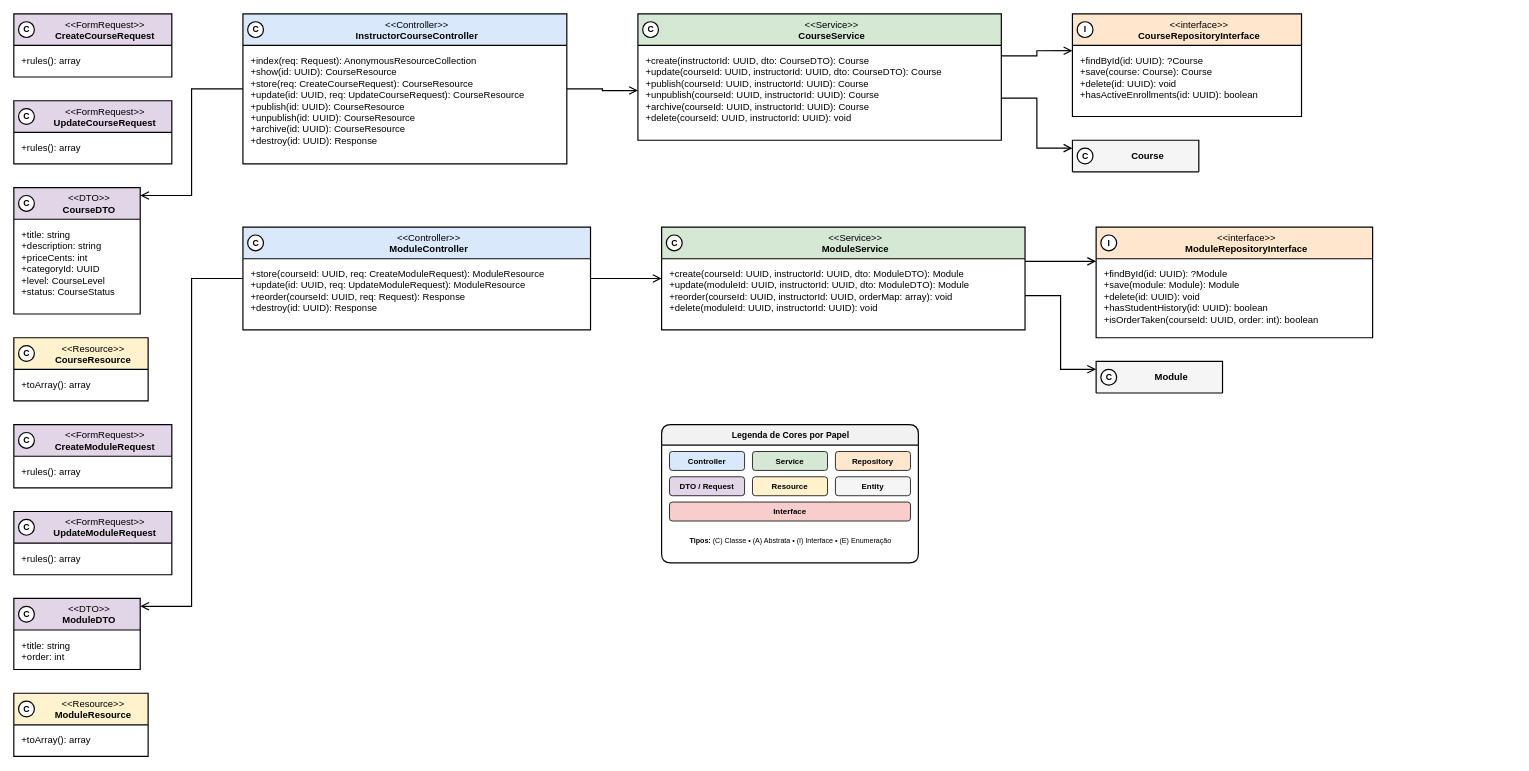
Above: especificacao/diagramas/13-classes-area-b-implementacao-cursos-modulos.drawio in Plataforma-de-Cursos-TCC/plataforma-cursos-docs (draw.io), before the change. Source tidied: cells renumbered, new cells numbered last; positions are measured from the earlier drawing's top-left corner, leaving out a move shared by most shapes. Both pictures are drawn from the tidied source at 79%, with x=0, y=0 at pixel (13, 13).
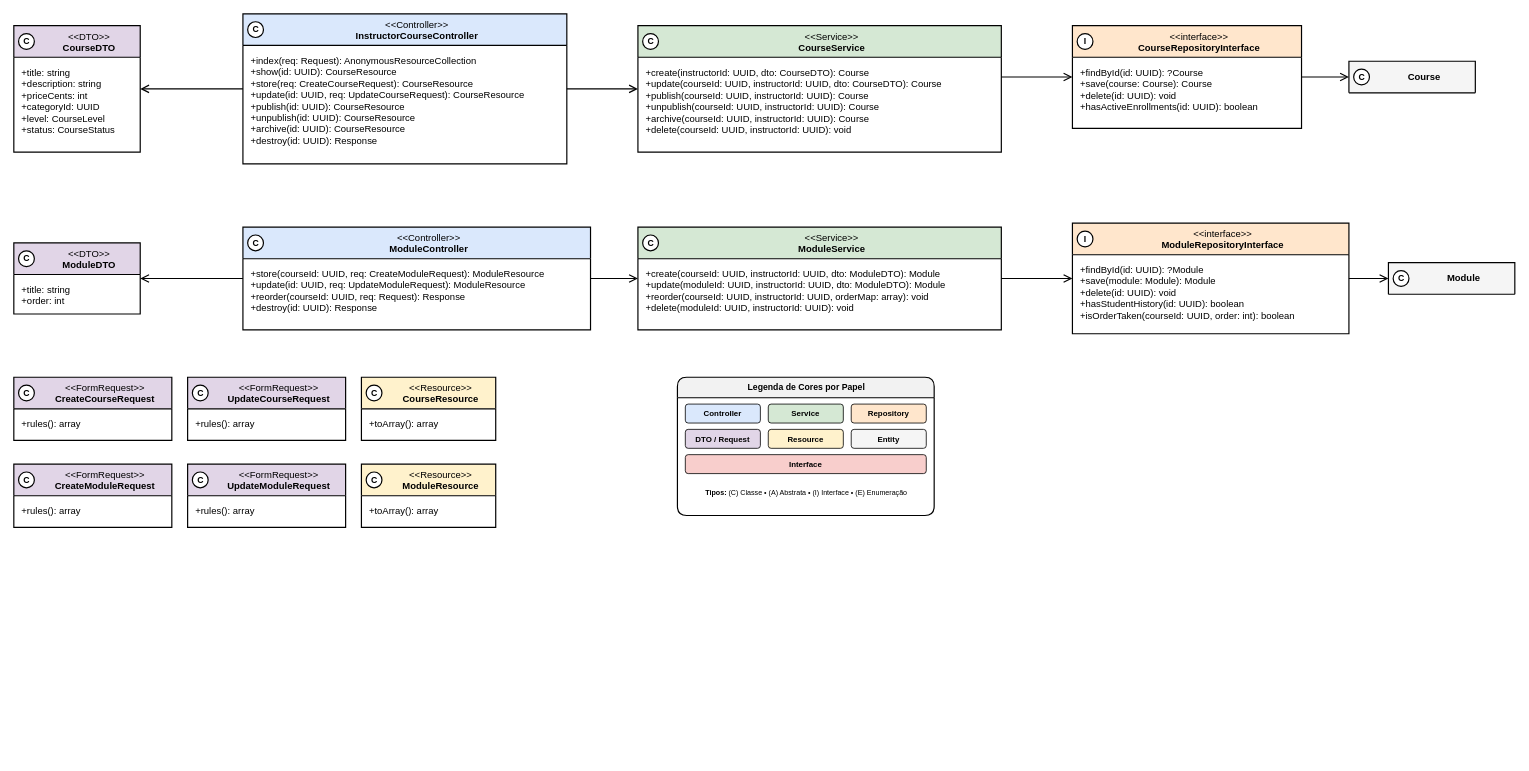
After the change.

Commit message (it also covers changes not shown here):
docs(classes-area-b): reroute course, quiz and domain class diagrams

The change refers to these unchanged cells:
```xml
<mxCell id="18" value="&amp;lt;&amp;lt;Controller&amp;gt;&amp;gt;&lt;br&gt;&lt;b&gt;InstructorCourseController&lt;/b&gt;" style="swimlane;html=1;fontStyle=0;align=center;verticalAlign=top;startSize=40;fillColor=#DAE8FC;swimlaneFillColor=#FFFFFF;strokeColor=#000000;strokeWidth=1.5;fontFamily=Helvetica;fontSize=12;fontColor=#000000;rounded=0;spacingLeft=30;" parent="1" vertex="1">
  <mxGeometry x="290" width="410" height="190" as="geometry" />
</mxCell>
<mxCell id="25" value="&amp;lt;&amp;lt;Controller&amp;gt;&amp;gt;&lt;br&gt;&lt;b&gt;ModuleController&lt;/b&gt;" style="swimlane;html=1;fontStyle=0;align=center;verticalAlign=top;startSize=40;fillColor=#DAE8FC;swimlaneFillColor=#FFFFFF;strokeColor=#000000;strokeWidth=1.5;fontFamily=Helvetica;fontSize=12;fontColor=#000000;rounded=0;spacingLeft=30;" parent="1" vertex="1">
  <mxGeometry x="290" y="270" width="440" height="130" as="geometry" />
</mxCell>
```

What changed in the source:
```diff
@@
     <mxCell id="2" value="&amp;lt;&amp;lt;FormRequest&amp;gt;&amp;gt;&lt;br&gt;&lt;b&gt;CreateCourseRequest&lt;/b&gt;" style="swimlane;html=1;fontStyle=0;align=center;verticalAlign=top;startSize=40;fillColor=#E1D5E7;swimlaneFillColor=#FFFFFF;strokeColor=#000000;strokeWidth=1.5;fontFamily=Helvetica;fontSize=12;fontColor=#000000;rounded=0;spacingLeft=30;" parent="1" vertex="1">
-      <mxGeometry width="200" height="80" as="geometry" />
+      <mxGeometry y="460" width="200" height="80" as="geometry" />
     </mxCell>
@@
     <mxCell id="4" value="&amp;lt;&amp;lt;FormRequest&amp;gt;&amp;gt;&lt;br&gt;&lt;b&gt;UpdateCourseRequest&lt;/b&gt;" style="swimlane;html=1;fontStyle=0;align=center;verticalAlign=top;startSize=40;fillColor=#E1D5E7;swimlaneFillColor=#FFFFFF;strokeColor=#000000;strokeWidth=1.5;fontFamily=Helvetica;fontSize=12;fontColor=#000000;rounded=0;spacingLeft=30;" parent="1" vertex="1">
-      <mxGeometry y="110" width="200" height="80" as="geometry" />
+      <mxGeometry x="220" y="460" width="200" height="80" as="geometry" />
     </mxCell>
@@
     <mxCell id="6" value="&amp;lt;&amp;lt;DTO&amp;gt;&amp;gt;&lt;br&gt;&lt;b&gt;CourseDTO&lt;/b&gt;" style="swimlane;html=1;fontStyle=0;align=center;verticalAlign=top;startSize=40;fillColor=#E1D5E7;swimlaneFillColor=#FFFFFF;strokeColor=#000000;strokeWidth=1.5;fontFamily=Helvetica;fontSize=12;fontColor=#000000;rounded=0;spacingLeft=30;" parent="1" vertex="1">
-      <mxGeometry y="220" width="160" height="160" as="geometry" />
+      <mxGeometry y="15" width="160" height="160" as="geometry" />
     </mxCell>
@@
     <mxCell id="8" value="&amp;lt;&amp;lt;Resource&amp;gt;&amp;gt;&lt;br&gt;&lt;b&gt;CourseResource&lt;/b&gt;" style="swimlane;html=1;fontStyle=0;align=center;verticalAlign=top;startSize=40;fillColor=#FFF2CC;swimlaneFillColor=#FFFFFF;strokeColor=#000000;strokeWidth=1.5;fontFamily=Helvetica;fontSize=12;fontColor=#000000;rounded=0;spacingLeft=30;" parent="1" vertex="1">
-      <mxGeometry y="410" width="170" height="80" as="geometry" />
+      <mxGeometry x="440" y="460" width="170" height="80" as="geometry" />
     </mxCell>
@@
     <mxCell id="10" value="&amp;lt;&amp;lt;FormRequest&amp;gt;&amp;gt;&lt;br&gt;&lt;b&gt;CreateModuleRequest&lt;/b&gt;" style="swimlane;html=1;fontStyle=0;align=center;verticalAlign=top;startSize=40;fillColor=#E1D5E7;swimlaneFillColor=#FFFFFF;strokeColor=#000000;strokeWidth=1.5;fontFamily=Helvetica;fontSize=12;fontColor=#000000;rounded=0;spacingLeft=30;" parent="1" vertex="1">
-      <mxGeometry y="520" width="200" height="80" as="geometry" />
+      <mxGeometry y="570" width="200" height="80" as="geometry" />
     </mxCell>
@@
     <mxCell id="12" value="&amp;lt;&amp;lt;FormRequest&amp;gt;&amp;gt;&lt;br&gt;&lt;b&gt;UpdateModuleRequest&lt;/b&gt;" style="swimlane;html=1;fontStyle=0;align=center;verticalAlign=top;startSize=40;fillColor=#E1D5E7;swimlaneFillColor=#FFFFFF;strokeColor=#000000;strokeWidth=1.5;fontFamily=Helvetica;fontSize=12;fontColor=#000000;rounded=0;spacingLeft=30;" parent="1" vertex="1">
-      <mxGeometry y="630" width="200" height="80" as="geometry" />
+      <mxGeometry x="220" y="570" width="200" height="80" as="geometry" />
     </mxCell>
@@
     <mxCell id="14" value="&amp;lt;&amp;lt;DTO&amp;gt;&amp;gt;&lt;br&gt;&lt;b&gt;ModuleDTO&lt;/b&gt;" style="swimlane;html=1;fontStyle=0;align=center;verticalAlign=top;startSize=40;fillColor=#E1D5E7;swimlaneFillColor=#FFFFFF;strokeColor=#000000;strokeWidth=1.5;fontFamily=Helvetica;fontSize=12;fontColor=#000000;rounded=0;spacingLeft=30;" parent="1" vertex="1">
-      <mxGeometry y="740" width="160" height="90" as="geometry" />
+      <mxGeometry y="290" width="160" height="90" as="geometry" />
     </mxCell>
@@
     <mxCell id="16" value="&amp;lt;&amp;lt;Resource&amp;gt;&amp;gt;&lt;br&gt;&lt;b&gt;ModuleResource&lt;/b&gt;" style="swimlane;html=1;fontStyle=0;align=center;verticalAlign=top;startSize=40;fillColor=#FFF2CC;swimlaneFillColor=#FFFFFF;strokeColor=#000000;strokeWidth=1.5;fontFamily=Helvetica;fontSize=12;fontColor=#000000;rounded=0;spacingLeft=30;" parent="1" vertex="1">
-      <mxGeometry y="860" width="170" height="80" as="geometry" />
+      <mxGeometry x="440" y="570" width="170" height="80" as="geometry" />
     </mxCell>
@@
     <mxCell id="20" value="&amp;lt;&amp;lt;Service&amp;gt;&amp;gt;&lt;br&gt;&lt;b&gt;CourseService&lt;/b&gt;" style="swimlane;html=1;fontStyle=0;align=center;verticalAlign=top;startSize=40;fillColor=#D5E8D4;swimlaneFillColor=#FFFFFF;strokeColor=#000000;strokeWidth=1.5;fontFamily=Helvetica;fontSize=12;fontColor=#000000;rounded=0;spacingLeft=30;" parent="1" vertex="1">
-      <mxGeometry x="790" width="460" height="160" as="geometry" />
+      <mxGeometry x="790" y="15" width="460" height="160" as="geometry" />
     </mxCell>
@@
     <mxCell id="22" value="&amp;lt;&amp;lt;interface&amp;gt;&amp;gt;&lt;br&gt;&lt;b&gt;CourseRepositoryInterface&lt;/b&gt;" style="swimlane;html=1;fontStyle=0;align=center;verticalAlign=top;startSize=40;fillColor=#FFE6CC;swimlaneFillColor=#FFFFFF;strokeColor=#000000;strokeWidth=1.5;fontFamily=Helvetica;fontSize=12;fontColor=#000000;rounded=0;spacingLeft=30;" parent="1" vertex="1">
-      <mxGeometry x="1340" width="290" height="130" as="geometry" />
+      <mxGeometry x="1340" y="15" width="290" height="130" as="geometry" />
     </mxCell>
@@
     <mxCell id="24" value="&lt;b&gt;Course&lt;/b&gt;" style="swimlane;html=1;fontStyle=0;align=center;verticalAlign=middle;startSize=40;fillColor=#F5F5F5;swimlaneFillColor=#FFFFFF;strokeColor=#000000;strokeWidth=1.5;fontFamily=Helvetica;fontSize=12;fontColor=#000000;rounded=0;spacingLeft=30;" parent="1" vertex="1">
-      <mxGeometry x="1340" y="160" width="160" height="40" as="geometry" />
+      <mxGeometry x="1690" y="60" width="160" height="40" as="geometry" />
     </mxCell>
@@
     <mxCell id="27" value="&amp;lt;&amp;lt;Service&amp;gt;&amp;gt;&lt;br&gt;&lt;b&gt;ModuleService&lt;/b&gt;" style="swimlane;html=1;fontStyle=0;align=center;verticalAlign=top;startSize=40;fillColor=#D5E8D4;swimlaneFillColor=#FFFFFF;strokeColor=#000000;strokeWidth=1.5;fontFamily=Helvetica;fontSize=12;fontColor=#000000;rounded=0;spacingLeft=30;" parent="1" vertex="1">
-      <mxGeometry x="820" y="270" width="460" height="130" as="geometry" />
+      <mxGeometry x="790" y="270" width="460" height="130" as="geometry" />
     </mxCell>
@@
     <mxCell id="29" value="&amp;lt;&amp;lt;interface&amp;gt;&amp;gt;&lt;br&gt;&lt;b&gt;ModuleRepositoryInterface&lt;/b&gt;" style="swimlane;html=1;fontStyle=0;align=center;verticalAlign=top;startSize=40;fillColor=#FFE6CC;swimlaneFillColor=#FFFFFF;strokeColor=#000000;strokeWidth=1.5;fontFamily=Helvetica;fontSize=12;fontColor=#000000;rounded=0;spacingLeft=30;" parent="1" vertex="1">
-      <mxGeometry x="1370" y="270" width="350" height="140" as="geometry" />
+      <mxGeometry x="1340" y="265" width="350" height="140" as="geometry" />
     </mxCell>
@@
     <mxCell id="31" value="&lt;b&gt;Module&lt;/b&gt;" style="swimlane;html=1;fontStyle=0;align=center;verticalAlign=middle;startSize=40;fillColor=#F5F5F5;swimlaneFillColor=#FFFFFF;strokeColor=#000000;strokeWidth=1.5;fontFamily=Helvetica;fontSize=12;fontColor=#000000;rounded=0;spacingLeft=30;" parent="1" vertex="1">
-      <mxGeometry x="1370" y="440" width="160" height="40" as="geometry" />
+      <mxGeometry x="1740" y="315" width="160" height="40" as="geometry" />
     </mxCell>
-    <mxCell id="32" style="edgeStyle=orthogonalEdgeStyle;rounded=0;html=1;strokeColor=#000000;strokeWidth=1.5;endArrow=open;endFill=0;endSize=8;exitX=0.0000;exitY=0.5000;entryX=1.0000;entryY=0.0625;" parent="1" edge="1" source="18" target="6">
+    <mxCell id="32" style="edgeStyle=orthogonalEdgeStyle;rounded=0;html=1;strokeColor=#000000;strokeWidth=1.5;endArrow=open;endFill=0;endSize=8;exitX=0.0;exitY=0.5;entryX=1.0;entryY=0.5;" parent="1" edge="1" source="18" target="6">
       <mxGeometry relative="1" as="geometry" />
     </mxCell>
-    <mxCell id="33" style="edgeStyle=orthogonalEdgeStyle;rounded=0;html=1;strokeColor=#000000;strokeWidth=1.5;endArrow=open;endFill=0;endSize=8;exitX=1.0000;exitY=0.5000;entryX=0.0000;entryY=0.6071;" parent="1" edge="1" source="18" target="20">
+    <mxCell id="33" style="edgeStyle=orthogonalEdgeStyle;rounded=0;html=1;strokeColor=#000000;strokeWidth=1.5;endArrow=open;endFill=0;endSize=8;exitX=1.0;exitY=0.5;entryX=0.0;entryY=0.5;" parent="1" edge="1" source="18" target="20">
       <mxGeometry relative="1" as="geometry" />
     </mxCell>
-    <mxCell id="34" style="edgeStyle=orthogonalEdgeStyle;rounded=0;html=1;strokeColor=#000000;strokeWidth=1.5;endArrow=open;endFill=0;endSize=8;exitX=1.0000;exitY=0.3333;entryX=0.0000;entryY=0.3590;" parent="1" edge="1" source="20" target="22">
+    <mxCell id="34" style="edgeStyle=orthogonalEdgeStyle;rounded=0;html=1;strokeColor=#000000;strokeWidth=1.5;endArrow=open;endFill=0;endSize=8;exitX=1.0;exitY=0.4062;entryX=0.0;entryY=0.5;" parent="1" edge="1" source="20" target="22">
       <mxGeometry relative="1" as="geometry" />
     </mxCell>
-    <mxCell id="35" style="edgeStyle=orthogonalEdgeStyle;rounded=0;html=1;strokeColor=#000000;strokeWidth=1.5;endArrow=open;endFill=0;endSize=8;exitX=1.0000;exitY=0.6667;entryX=0.0000;entryY=0.2500;" parent="1" edge="1" source="20" target="24">
+    <mxCell id="35" style="edgeStyle=orthogonalEdgeStyle;rounded=0;html=1;strokeColor=#000000;strokeWidth=1.5;endArrow=open;endFill=0;endSize=8;exitX=1.0;exitY=0.5;entryX=0.0;entryY=0.5;" parent="1" edge="1" source="22" target="24">
       <mxGeometry relative="1" as="geometry" />
     </mxCell>
-    <mxCell id="36" style="edgeStyle=orthogonalEdgeStyle;rounded=0;html=1;strokeColor=#000000;strokeWidth=1.5;endArrow=open;endFill=0;endSize=8;exitX=0.0000;exitY=0.5000;entryX=1.0000;entryY=0.1111;" parent="1" edge="1" source="25" target="14">
+    <mxCell id="36" style="edgeStyle=orthogonalEdgeStyle;rounded=0;html=1;strokeColor=#000000;strokeWidth=1.5;endArrow=open;endFill=0;endSize=8;exitX=0.0;exitY=0.5;entryX=1.0;entryY=0.5;" parent="1" edge="1" source="25" target="14">
       <mxGeometry relative="1" as="geometry" />
     </mxCell>
-    <mxCell id="37" style="edgeStyle=orthogonalEdgeStyle;rounded=0;html=1;strokeColor=#000000;strokeWidth=1.5;endArrow=open;endFill=0;endSize=8;exitX=1.0000;exitY=0.5000;entryX=0.0000;entryY=0.5000;" parent="1" edge="1" source="25" target="27">
+    <mxCell id="37" style="edgeStyle=orthogonalEdgeStyle;rounded=0;html=1;strokeColor=#000000;strokeWidth=1.5;endArrow=open;endFill=0;endSize=8;exitX=1.0;exitY=0.5;entryX=0.0;entryY=0.5;" parent="1" edge="1" source="25" target="27">
       <mxGeometry relative="1" as="geometry" />
     </mxCell>
-    <mxCell id="38" style="edgeStyle=orthogonalEdgeStyle;rounded=0;html=1;strokeColor=#000000;strokeWidth=1.5;endArrow=open;endFill=0;endSize=8;exitX=1.0000;exitY=0.3333;entryX=0.0000;entryY=0.3095;" parent="1" edge="1" source="27" target="29">
+    <mxCell id="38" style="edgeStyle=orthogonalEdgeStyle;rounded=0;html=1;strokeColor=#000000;strokeWidth=1.5;endArrow=open;endFill=0;endSize=8;exitX=1.0;exitY=0.5;entryX=0.0;entryY=0.5;" parent="1" edge="1" source="27" target="29">
       <mxGeometry relative="1" as="geometry" />
     </mxCell>
-    <mxCell id="39" style="edgeStyle=orthogonalEdgeStyle;rounded=0;html=1;strokeColor=#000000;strokeWidth=1.5;endArrow=open;endFill=0;endSize=8;exitX=1.0000;exitY=0.6667;entryX=0.0000;entryY=0.2500;" parent="1" edge="1" source="27" target="31">
+    <mxCell id="39" style="edgeStyle=orthogonalEdgeStyle;rounded=0;html=1;strokeColor=#000000;strokeWidth=1.5;endArrow=open;endFill=0;endSize=8;exitX=1.0;exitY=0.5;entryX=0.0;entryY=0.5;" parent="1" edge="1" source="29" target="31">
       <mxGeometry relative="1" as="geometry" />
     </mxCell>
     <mxCell id="40" value="&lt;b&gt;Legenda de Cores por Papel&lt;/b&gt;" style="swimlane;html=1;fontStyle=0;align=center;verticalAlign=top;startSize=26;fillColor=#F2F2F2;swimlaneFillColor=#FFFFFF;strokeColor=#000000;strokeWidth=1.5;fontFamily=Helvetica;fontSize=11;rounded=1;" parent="1" vertex="1">
-      <mxGeometry x="820" y="520" width="325" height="175" as="geometry" />
+      <mxGeometry x="840" y="460" width="325" height="175" as="geometry" />
     </mxCell>
     <mxCell id="41" value="&lt;b&gt;Controller&lt;/b&gt;" style="rounded=1;whiteSpace=wrap;html=1;fillColor=#DAE8FC;strokeColor=#000000;strokeWidth=1;fontSize=10;fontFamily=Helvetica;fontColor=#000000;align=center;verticalAlign=middle;" parent="1" vertex="1">
-      <mxGeometry x="830" y="554" width="95" height="24" as="geometry" />
+      <mxGeometry x="850" y="494" width="95" height="24" as="geometry" />
     </mxCell>
     <mxCell id="42" value="&lt;b&gt;Service&lt;/b&gt;" style="rounded=1;whiteSpace=wrap;html=1;fillColor=#D5E8D4;strokeColor=#000000;strokeWidth=1;fontSize=10;fontFamily=Helvetica;fontColor=#000000;align=center;verticalAlign=middle;" parent="1" vertex="1">
-      <mxGeometry x="935" y="554" width="95" height="24" as="geometry" />
+      <mxGeometry x="955" y="494" width="95" height="24" as="geometry" />
     </mxCell>
     <mxCell id="43" value="&lt;b&gt;Repository&lt;/b&gt;" style="rounded=1;whiteSpace=wrap;html=1;fillColor=#FFE6CC;strokeColor=#000000;strokeWidth=1;fontSize=10;fontFamily=Helvetica;fontColor=#000000;align=center;verticalAlign=middle;" parent="1" vertex="1">
-      <mxGeometry x="1040" y="554" width="95" height="24" as="geometry" />
+      <mxGeometry x="1060" y="494" width="95" height="24" as="geometry" />
     </mxCell>
     <mxCell id="44" value="&lt;b&gt;DTO / Request&lt;/b&gt;" style="rounded=1;whiteSpace=wrap;html=1;fillColor=#E1D5E7;strokeColor=#000000;strokeWidth=1;fontSize=10;fontFamily=Helvetica;fontColor=#000000;align=center;verticalAlign=middle;" parent="1" vertex="1">
-      <mxGeometry x="830" y="586" width="95" height="24" as="geometry" />
+      <mxGeometry x="850" y="526" width="95" height="24" as="geometry" />
     </mxCell>
     <mxCell id="45" value="&lt;b&gt;Resource&lt;/b&gt;" style="rounded=1;whiteSpace=wrap;html=1;fillColor=#FFF2CC;strokeColor=#000000;strokeWidth=1;fontSize=10;fontFamily=Helvetica;fontColor=#000000;align=center;verticalAlign=middle;" parent="1" vertex="1">
-      <mxGeometry x="935" y="586" width="95" height="24" as="geometry" />
+      <mxGeometry x="955" y="526" width="95" height="24" as="geometry" />
     </mxCell>
     <mxCell id="46" value="&lt;b&gt;Entity&lt;/b&gt;" style="rounded=1;whiteSpace=wrap;html=1;fillColor=#F5F5F5;strokeColor=#000000;strokeWidth=1;fontSize=10;fontFamily=Helvetica;fontColor=#000000;align=center;verticalAlign=middle;" parent="1" vertex="1">
-      <mxGeometry x="1040" y="586" width="95" height="24" as="geometry" />
+      <mxGeometry x="1060" y="526" width="95" height="24" as="geometry" />
     </mxCell>
     <mxCell id="47" value="&lt;b&gt;Interface&lt;/b&gt;" style="rounded=1;whiteSpace=wrap;html=1;fillColor=#F8CECC;strokeColor=#000000;strokeWidth=1;fontSize=10;fontFamily=Helvetica;fontColor=#000000;align=center;verticalAlign=middle;" parent="1" vertex="1">
-      <mxGeometry x="830" y="618" width="305" height="24" as="geometry" />
+      <mxGeometry x="850" y="558" width="305" height="24" as="geometry" />
     </mxCell>
     <mxCell id="48" value="&lt;b&gt;Tipos:&lt;/b&gt; (C) Classe &amp;bull; (A) Abstrata &amp;bull; (I) Interface &amp;bull; (E) Enumeração" style="text;html=1;strokeColor=none;fillColor=none;fontSize=9;fontFamily=Helvetica;fontColor=#000000;align=center;verticalAlign=middle;" parent="1" vertex="1">
-      <mxGeometry x="830" y="652" width="305" height="30" as="geometry" />
+      <mxGeometry x="850" y="592" width="305" height="30" as="geometry" />
     </mxCell>
     <mxCell id="49" value="C" style="ellipse;html=1;fillColor=#FFFFFF;strokeColor=#000000;strokeWidth=1.5;fontFamily=Helvetica;fontSize=11;fontStyle=1;fontColor=#000000;" parent="1" vertex="1">
-      <mxGeometry x="6" y="10" width="20" height="20" as="geometry" />
+      <mxGeometry x="6" y="470" width="20" height="20" as="geometry" />
     </mxCell>
     <mxCell id="50" value="C" style="ellipse;html=1;fillColor=#FFFFFF;strokeColor=#000000;strokeWidth=1.5;fontFamily=Helvetica;fontSize=11;fontStyle=1;fontColor=#000000;" parent="1" vertex="1">
-      <mxGeometry x="6" y="120" width="20" height="20" as="geometry" />
+      <mxGeometry x="226" y="470" width="20" height="20" as="geometry" />
     </mxCell>
     <mxCell id="51" value="C" style="ellipse;html=1;fillColor=#FFFFFF;strokeColor=#000000;strokeWidth=1.5;fontFamily=Helvetica;fontSize=11;fontStyle=1;fontColor=#000000;" parent="1" vertex="1">
-      <mxGeometry x="6" y="230" width="20" height="20" as="geometry" />
+      <mxGeometry x="6" y="25" width="20" height="20" as="geometry" />
     </mxCell>
     <mxCell id="52" value="C" style="ellipse;html=1;fillColor=#FFFFFF;strokeColor=#000000;strokeWidth=1.5;fontFamily=Helvetica;fontSize=11;fontStyle=1;fontColor=#000000;" parent="1" vertex="1">
-      <mxGeometry x="6" y="420" width="20" height="20" as="geometry" />
+      <mxGeometry x="446" y="470" width="20" height="20" as="geometry" />
     </mxCell>
     <mxCell id="53" value="C" style="ellipse;html=1;fillColor=#FFFFFF;strokeColor=#000000;strokeWidth=1.5;fontFamily=Helvetica;fontSize=11;fontStyle=1;fontColor=#000000;" parent="1" vertex="1">
-      <mxGeometry x="6" y="530" width="20" height="20" as="geometry" />
+      <mxGeometry x="6" y="580" width="20" height="20" as="geometry" />
     </mxCell>
     <mxCell id="54" value="C" style="ellipse;html=1;fillColor=#FFFFFF;strokeColor=#000000;strokeWidth=1.5;fontFamily=Helvetica;fontSize=11;fontStyle=1;fontColor=#000000;" parent="1" vertex="1">
-      <mxGeometry x="6" y="640" width="20" height="20" as="geometry" />
+      <mxGeometry x="226" y="580" width="20" height="20" as="geometry" />
     </mxCell>
     <mxCell id="55" value="C" style="ellipse;html=1;fillColor=#FFFFFF;strokeColor=#000000;strokeWidth=1.5;fontFamily=Helvetica;fontSize=11;fontStyle=1;fontColor=#000000;" parent="1" vertex="1">
-      <mxGeometry x="6" y="750" width="20" height="20" as="geometry" />
+      <mxGeometry x="6" y="300" width="20" height="20" as="geometry" />
     </mxCell>
     <mxCell id="56" value="C" style="ellipse;html=1;fillColor=#FFFFFF;strokeColor=#000000;strokeWidth=1.5;fontFamily=Helvetica;fontSize=11;fontStyle=1;fontColor=#000000;" parent="1" vertex="1">
-      <mxGeometry x="6" y="870" width="20" height="20" as="geometry" />
+      <mxGeometry x="446" y="580" width="20" height="20" as="geometry" />
     </mxCell>
@@
     <mxCell id="58" value="C" style="ellipse;html=1;fillColor=#FFFFFF;strokeColor=#000000;strokeWidth=1.5;fontFamily=Helvetica;fontSize=11;fontStyle=1;fontColor=#000000;" parent="1" vertex="1">
-      <mxGeometry x="796" y="10" width="20" height="20" as="geometry" />
+      <mxGeometry x="796" y="25" width="20" height="20" as="geometry" />
     </mxCell>
     <mxCell id="59" value="I" style="ellipse;html=1;fillColor=#FFFFFF;strokeColor=#000000;strokeWidth=1.5;fontFamily=Helvetica;fontSize=11;fontStyle=1;fontColor=#000000;" parent="1" vertex="1">
-      <mxGeometry x="1346" y="10" width="20" height="20" as="geometry" />
+      <mxGeometry x="1346" y="25" width="20" height="20" as="geometry" />
     </mxCell>
     <mxCell id="60" value="C" style="ellipse;html=1;fillColor=#FFFFFF;strokeColor=#000000;strokeWidth=1.5;fontFamily=Helvetica;fontSize=11;fontStyle=1;fontColor=#000000;" parent="1" vertex="1">
-      <mxGeometry x="1346" y="170" width="20" height="20" as="geometry" />
+      <mxGeometry x="1696" y="70" width="20" height="20" as="geometry" />
     </mxCell>
@@
     <mxCell id="62" value="C" style="ellipse;html=1;fillColor=#FFFFFF;strokeColor=#000000;strokeWidth=1.5;fontFamily=Helvetica;fontSize=11;fontStyle=1;fontColor=#000000;" parent="1" vertex="1">
-      <mxGeometry x="826" y="280" width="20" height="20" as="geometry" />
+      <mxGeometry x="796" y="280" width="20" height="20" as="geometry" />
     </mxCell>
     <mxCell id="63" value="I" style="ellipse;html=1;fillColor=#FFFFFF;strokeColor=#000000;strokeWidth=1.5;fontFamily=Helvetica;fontSize=11;fontStyle=1;fontColor=#000000;" parent="1" vertex="1">
-      <mxGeometry x="1376" y="280" width="20" height="20" as="geometry" />
+      <mxGeometry x="1346" y="275" width="20" height="20" as="geometry" />
     </mxCell>
     <mxCell id="64" value="C" style="ellipse;html=1;fillColor=#FFFFFF;strokeColor=#000000;strokeWidth=1.5;fontFamily=Helvetica;fontSize=11;fontStyle=1;fontColor=#000000;" parent="1" vertex="1">
-      <mxGeometry x="1376" y="450" width="20" height="20" as="geometry" />
+      <mxGeometry x="1746" y="325" width="20" height="20" as="geometry" />
     </mxCell>
```
